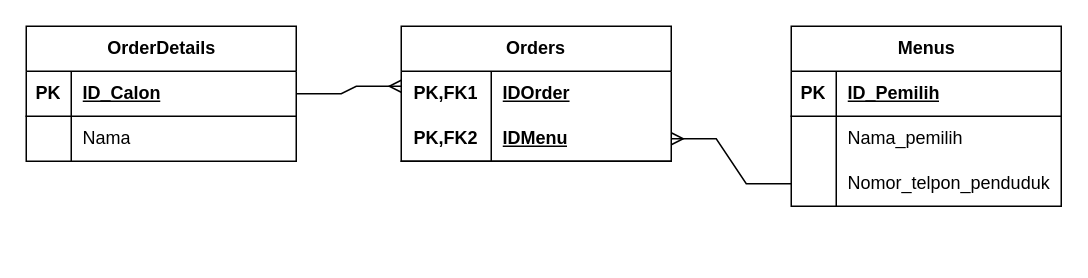
Earlier version of the draw.io diagram W11.drawio (Brightlyviryaa/exersize). Source tidied: cells renumbered, new cells numbered last; positions are measured from the earlier drawing's top-left corner, leaving out a move shared by most shapes. Both pictures are drawn from the tidied source at 150%, with x=0, y=0 at pixel (26, 26).
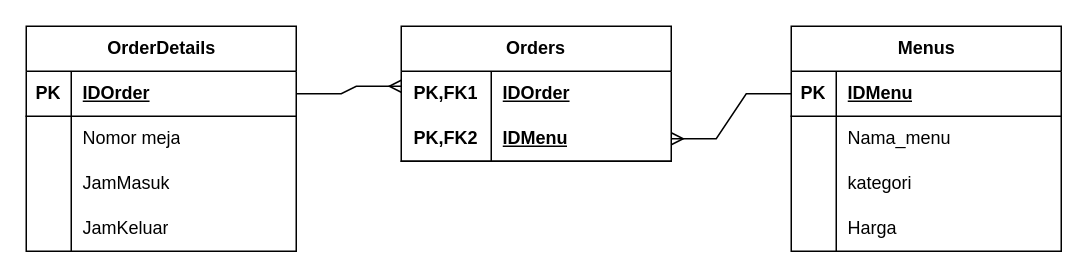
The same page after the edit.

Unchanged cells that the change refers to:
```xml
<mxCell id="6" style="shape=tableRow;horizontal=0;startSize=0;swimlaneHead=0;swimlaneBody=0;fillColor=none;points=[[0,0.5],[1,0.5]];portConstraint=eastwest;top=0;left=0;right=0;bottom=1;html=1;" parent="2" vertex="1">
  <mxGeometry y="60" width="180" height="30" as="geometry" />
</mxCell>
<mxCell id="10" style="shape=tableRow;horizontal=0;startSize=0;swimlaneHead=0;swimlaneBody=0;fillColor=none;points=[[0,0.5],[1,0.5]];portConstraint=eastwest;top=0;left=0;right=0;bottom=1;" parent="9" vertex="1">
  <mxGeometry y="30" width="180" height="30" as="geometry" />
</mxCell>
<mxCell id="13" style="shape=tableRow;horizontal=0;startSize=0;swimlaneHead=0;swimlaneBody=0;fillColor=none;top=0;left=0;right=0;bottom=0;" parent="9" vertex="1">
  <mxGeometry y="60" width="180" height="30" as="geometry" />
</mxCell>
<mxCell id="17" style="shape=tableRow;horizontal=0;startSize=0;swimlaneHead=0;swimlaneBody=0;fillColor=none;points=[[0,0.5],[1,0.5]];portConstraint=eastwest;top=0;left=0;right=0;bottom=1;" parent="16" vertex="1">
  <mxGeometry y="30" width="180" height="30" as="geometry" />
</mxCell>
<mxCell id="20" style="shape=tableRow;horizontal=0;startSize=0;swimlaneHead=0;swimlaneBody=0;fillColor=none;top=0;left=0;right=0;bottom=0;" parent="16" vertex="1">
  <mxGeometry y="60" width="180" height="30" as="geometry" />
</mxCell>
<mxCell id="23" style="shape=tableRow;horizontal=0;startSize=0;swimlaneHead=0;swimlaneBody=0;fillColor=none;points=[[0,0.5],[1,0.5]];portConstraint=eastwest;top=0;left=0;right=0;bottom=0;" parent="16" vertex="1">
  <mxGeometry y="90" width="180" height="30" as="geometry" />
</mxCell>
```

Diff of the diagram source:
```diff
@@
     <mxCell id="9" value="OrderDetails" style="shape=table;startSize=30;childLayout=tableLayout;rowLines=0;fontStyle=1;align=center;html=1;" parent="1" vertex="1">
-      <mxGeometry width="180" height="90" as="geometry" />
+      <mxGeometry width="180" height="150" as="geometry" />
     </mxCell>
@@
-    <mxCell id="12" value="ID_Calon" style="shape=partialRectangle;fillColor=none;top=0;left=0;bottom=0;right=0;align=left;spacingLeft=6;fontStyle=5;overflow=hidden;whiteSpace=wrap;html=1;" parent="10" vertex="1">
+    <mxCell id="12" value="IDOrder" style="shape=partialRectangle;fillColor=none;top=0;left=0;bottom=0;right=0;align=left;spacingLeft=6;fontStyle=5;overflow=hidden;whiteSpace=wrap;html=1;" parent="10" vertex="1">
       <mxGeometry x="30" width="150" height="30" as="geometry" />
     </mxCell>
@@
-    <mxCell id="15" value="Nama" style="shape=partialRectangle;fillColor=none;top=0;left=0;bottom=0;right=0;align=left;spacingLeft=6;overflow=hidden;whiteSpace=wrap;html=1;" parent="13" vertex="1">
+    <mxCell id="15" value="Nomor meja" style="shape=partialRectangle;fillColor=none;top=0;left=0;bottom=0;right=0;align=left;spacingLeft=6;overflow=hidden;whiteSpace=wrap;html=1;" parent="13" vertex="1">
       <mxGeometry x="30" width="150" height="30" as="geometry" />
     </mxCell>
+    <mxCell id="28" style="shape=tableRow;horizontal=0;startSize=0;swimlaneHead=0;swimlaneBody=0;fillColor=none;top=0;left=0;right=0;bottom=0;" parent="9" vertex="1">
+      <mxGeometry y="90" width="180" height="30" as="geometry" />
+    </mxCell>
+    <mxCell id="29" style="shape=partialRectangle;fillColor=none;top=0;left=0;bottom=0;right=0;overflow=hidden;whiteSpace=wrap;html=1;" parent="28" vertex="1">
+      <mxGeometry width="30" height="30" as="geometry" />
+    </mxCell>
+    <mxCell id="30" value="JamMasuk" style="shape=partialRectangle;fillColor=none;top=0;left=0;bottom=0;right=0;align=left;spacingLeft=6;overflow=hidden;whiteSpace=wrap;html=1;" parent="28" vertex="1">
+      <mxGeometry x="30" width="150" height="30" as="geometry" />
+    </mxCell>
+    <mxCell id="31" style="shape=tableRow;horizontal=0;startSize=0;swimlaneHead=0;swimlaneBody=0;fillColor=none;top=0;left=0;right=0;bottom=0;" parent="9" vertex="1">
+      <mxGeometry y="120" width="180" height="30" as="geometry" />
+    </mxCell>
+    <mxCell id="32" style="shape=partialRectangle;fillColor=none;top=0;left=0;bottom=0;right=0;overflow=hidden;whiteSpace=wrap;html=1;" parent="31" vertex="1">
+      <mxGeometry width="30" height="30" as="geometry" />
+    </mxCell>
+    <mxCell id="33" value="JamKeluar" style="shape=partialRectangle;fillColor=none;top=0;left=0;bottom=0;right=0;align=left;spacingLeft=6;overflow=hidden;whiteSpace=wrap;html=1;" parent="31" vertex="1">
+      <mxGeometry x="30" width="150" height="30" as="geometry" />
+    </mxCell>
     <mxCell id="16" value="Menus" style="shape=table;startSize=30;childLayout=tableLayout;rowLines=0;fontStyle=1;align=center;html=1;" parent="1" vertex="1">
-      <mxGeometry x="510" width="180" height="120" as="geometry" />
+      <mxGeometry x="510" width="180" height="150" as="geometry" />
     </mxCell>
@@
-    <mxCell id="19" value="ID_Pemilih" style="shape=partialRectangle;fillColor=none;top=0;left=0;bottom=0;right=0;align=left;spacingLeft=6;fontStyle=5;overflow=hidden;whiteSpace=wrap;html=1;" parent="17" vertex="1">
+    <mxCell id="19" value="IDMenu" style="shape=partialRectangle;fillColor=none;top=0;left=0;bottom=0;right=0;align=left;spacingLeft=6;fontStyle=5;overflow=hidden;whiteSpace=wrap;html=1;" parent="17" vertex="1">
       <mxGeometry x="30" width="150" height="30" as="geometry" />
     </mxCell>
@@
-    <mxCell id="22" value="Nama_pemilih" style="shape=partialRectangle;fillColor=none;top=0;left=0;bottom=0;right=0;align=left;spacingLeft=6;overflow=hidden;whiteSpace=wrap;html=1;" parent="20" vertex="1">
+    <mxCell id="22" value="Nama_menu" style="shape=partialRectangle;fillColor=none;top=0;left=0;bottom=0;right=0;align=left;spacingLeft=6;overflow=hidden;whiteSpace=wrap;html=1;" parent="20" vertex="1">
       <mxGeometry x="30" width="150" height="30" as="geometry" />
     </mxCell>
@@
-    <mxCell id="25" value="Nomor_telpon_penduduk" style="shape=partialRectangle;fillColor=none;top=0;left=0;bottom=0;right=0;align=left;spacingLeft=6;overflow=hidden;whiteSpace=wrap;html=1;" parent="23" vertex="1">
+    <mxCell id="25" value="kategori" style="shape=partialRectangle;fillColor=none;top=0;left=0;bottom=0;right=0;align=left;spacingLeft=6;overflow=hidden;whiteSpace=wrap;html=1;" parent="23" vertex="1">
       <mxGeometry x="30" width="150" height="30" as="geometry" />
     </mxCell>
+    <mxCell id="34" style="shape=tableRow;horizontal=0;startSize=0;swimlaneHead=0;swimlaneBody=0;fillColor=none;top=0;left=0;right=0;bottom=0;" parent="16" vertex="1">
+      <mxGeometry y="120" width="180" height="30" as="geometry" />
+    </mxCell>
+    <mxCell id="35" style="shape=partialRectangle;fillColor=none;top=0;left=0;bottom=0;right=0;overflow=hidden;whiteSpace=wrap;html=1;" parent="34" vertex="1">
+      <mxGeometry width="30" height="30" as="geometry" />
+    </mxCell>
+    <mxCell id="36" value="Harga" style="shape=partialRectangle;fillColor=none;top=0;left=0;bottom=0;right=0;align=left;spacingLeft=6;overflow=hidden;whiteSpace=wrap;html=1;" parent="34" vertex="1">
+      <mxGeometry x="30" width="150" height="30" as="geometry" />
+    </mxCell>
@@
-    <mxCell id="27" style="edgeStyle=entityRelationEdgeStyle;fontSize=12;html=1;endArrow=ERmany;rounded=0;exitX=0;exitY=0.5;exitDx=0;exitDy=0;entryX=1;entryY=0.5;entryDx=0;entryDy=0;" parent="1" edge="1" source="23" target="6">
-      <mxGeometry relative="1" as="geometry" />
+    <mxCell id="27" style="edgeStyle=entityRelationEdgeStyle;fontSize=12;html=1;endArrow=ERmany;rounded=0;exitX=0;exitY=0.5;exitDx=0;exitDy=0;entryX=1;entryY=0.5;entryDx=0;entryDy=0;" parent="1" edge="1" source="17" target="6">
+      <mxGeometry relative="1" as="geometry">
+        <Array as="points">
+          <mxPoint x="500" y="110" />
+        </Array>
+      </mxGeometry>
     </mxCell>
```
